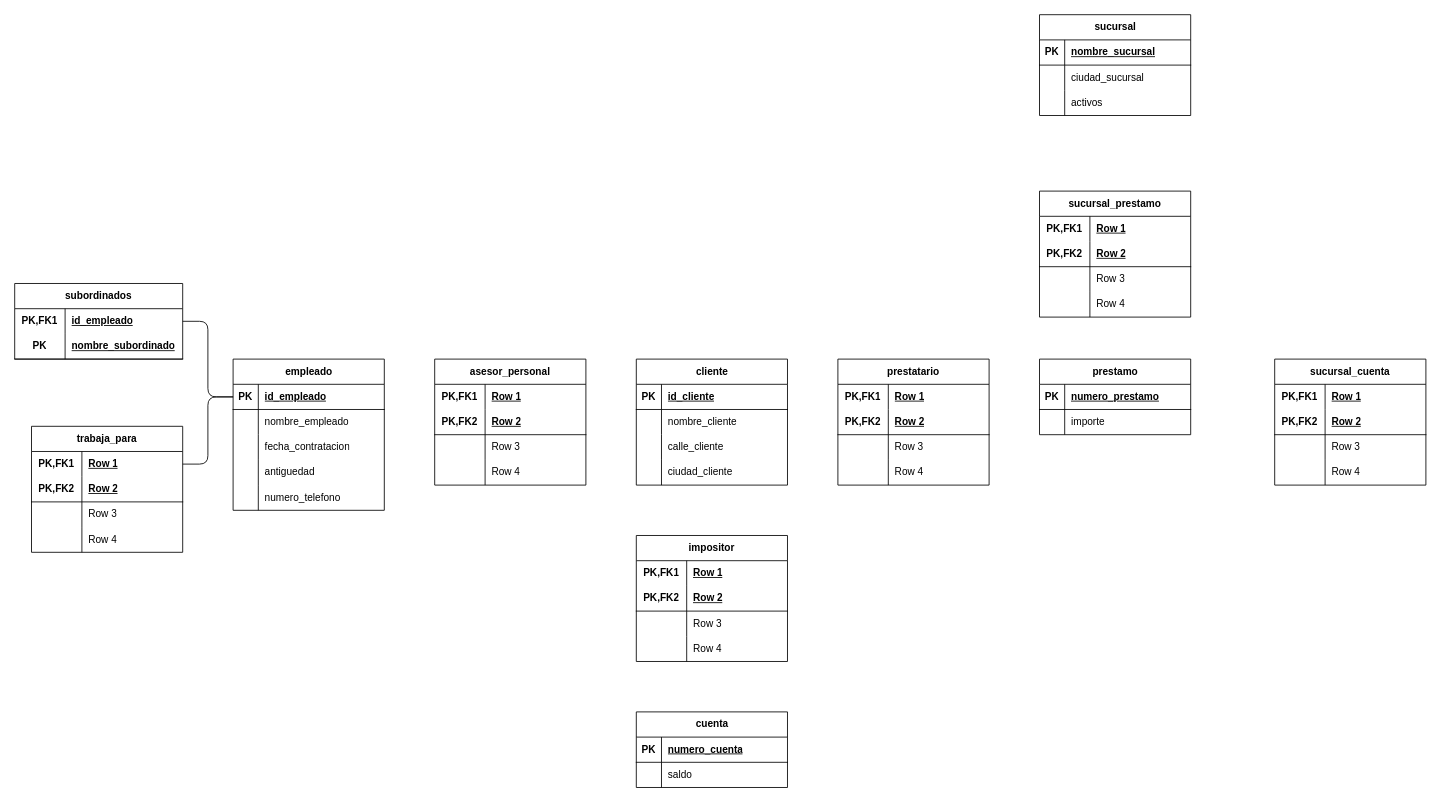
This is Activity-Relational-Diagram.drawio from xmr-p/DatabaseCharts, a draw.io file, before an edit. Source tidied: cells renumbered, new cells numbered last; positions are measured from the earlier drawing's top-left corner, leaving out a move shared by most shapes. Both pictures are drawn from the tidied source at 84%, with x=0, y=0 at pixel (14, 14).
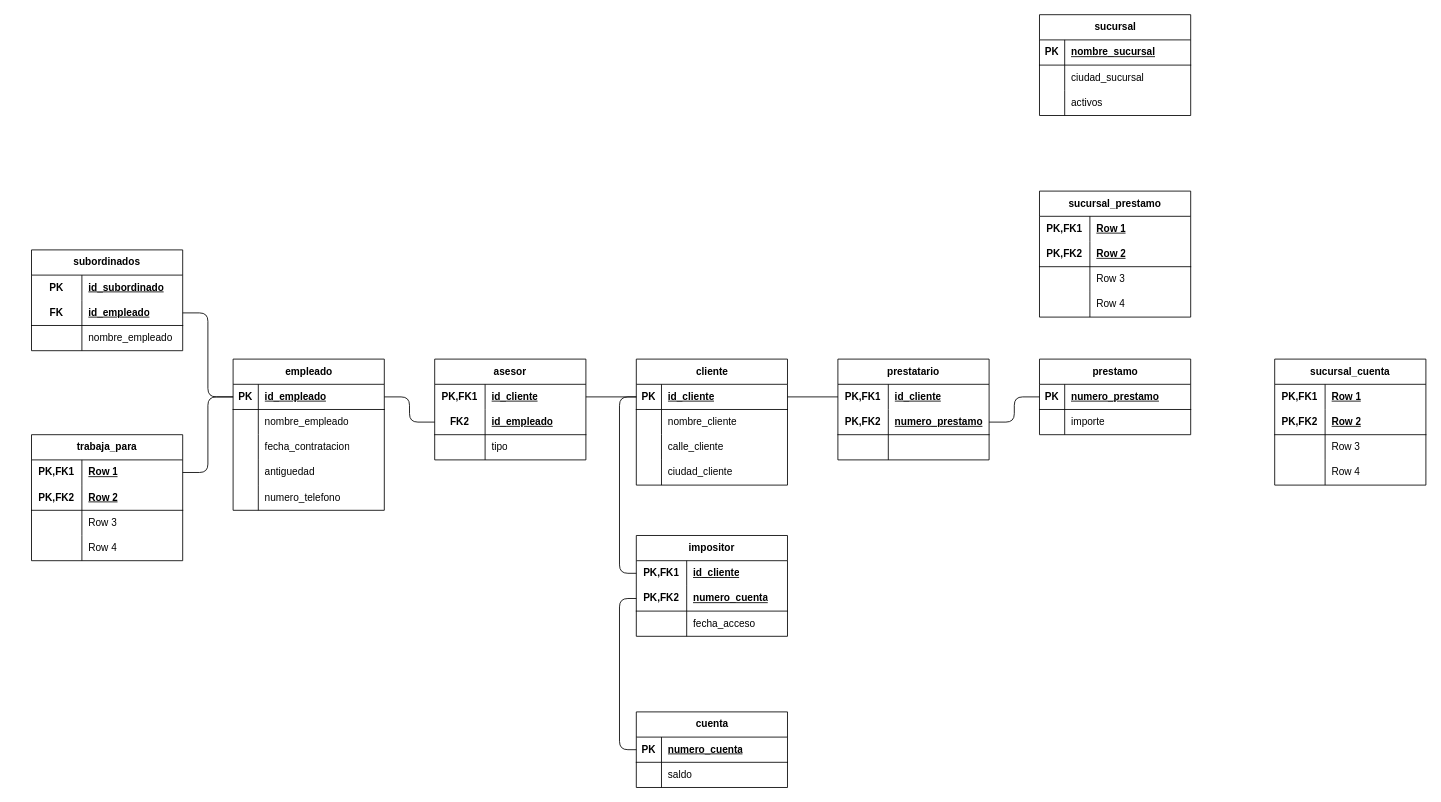
The same page after the edit.

Unchanged cells that the change refers to:
```xml
<mxCell id="3" style="shape=tableRow;horizontal=0;startSize=0;swimlaneHead=0;swimlaneBody=0;fillColor=none;points=[[0,0.5],[1,0.5]];portConstraint=eastwest;top=0;left=0;right=0;bottom=1;" parent="2" vertex="1">
  <mxGeometry y="30" width="180" height="30" as="geometry" />
</mxCell>
<mxCell id="16" style="shape=tableRow;horizontal=0;startSize=0;swimlaneHead=0;swimlaneBody=0;fillColor=none;points=[[0,0.5],[1,0.5]];portConstraint=eastwest;top=0;left=0;right=0;bottom=1;" parent="15" vertex="1">
  <mxGeometry y="30" width="180" height="30" as="geometry" />
</mxCell>
<mxCell id="23" style="shape=tableRow;horizontal=0;startSize=0;swimlaneHead=0;swimlaneBody=0;fillColor=none;points=[[0,0.5],[1,0.5]];portConstraint=eastwest;top=0;left=0;right=0;bottom=0;html=1;" parent="22" vertex="1">
  <mxGeometry y="30" width="180" height="30" as="geometry" />
</mxCell>
<mxCell id="26" style="shape=tableRow;horizontal=0;startSize=0;swimlaneHead=0;swimlaneBody=0;fillColor=none;points=[[0,0.5],[1,0.5]];portConstraint=eastwest;top=0;left=0;right=0;bottom=1;html=1;" parent="22" vertex="1">
  <mxGeometry y="60" width="180" height="30" as="geometry" />
</mxCell>
<mxCell id="29" style="shape=tableRow;horizontal=0;startSize=0;swimlaneHead=0;swimlaneBody=0;fillColor=none;top=0;left=0;right=0;bottom=0;html=1;" parent="22" vertex="1">
  <mxGeometry y="90" width="180" height="30" as="geometry" />
</mxCell>
<mxCell id="36" style="shape=tableRow;horizontal=0;startSize=0;swimlaneHead=0;swimlaneBody=0;fillColor=none;points=[[0,0.5],[1,0.5]];portConstraint=eastwest;top=0;left=0;right=0;bottom=0;html=1;" parent="35" vertex="1">
  <mxGeometry y="30" width="180" height="30" as="geometry" />
</mxCell>
<mxCell id="39" style="shape=tableRow;horizontal=0;startSize=0;swimlaneHead=0;swimlaneBody=0;fillColor=none;points=[[0,0.5],[1,0.5]];portConstraint=eastwest;top=0;left=0;right=0;bottom=1;html=1;" parent="35" vertex="1">
  <mxGeometry y="60" width="180" height="30" as="geometry" />
</mxCell>
<mxCell id="42" style="shape=tableRow;horizontal=0;startSize=0;swimlaneHead=0;swimlaneBody=0;fillColor=none;top=0;left=0;right=0;bottom=0;html=1;" parent="35" vertex="1">
  <mxGeometry y="90" width="180" height="30" as="geometry" />
</mxCell>
<mxCell id="49" style="shape=tableRow;horizontal=0;startSize=0;swimlaneHead=0;swimlaneBody=0;fillColor=none;points=[[0,0.5],[1,0.5]];portConstraint=eastwest;top=0;left=0;right=0;bottom=1;" parent="48" vertex="1">
  <mxGeometry y="30" width="180" height="30" as="geometry" />
</mxCell>
<mxCell id="65" style="shape=tableRow;horizontal=0;startSize=0;swimlaneHead=0;swimlaneBody=0;fillColor=none;points=[[0,0.5],[1,0.5]];portConstraint=eastwest;top=0;left=0;right=0;bottom=0;html=1;" parent="64" vertex="1">
  <mxGeometry y="30" width="180" height="30" as="geometry" />
</mxCell>
<mxCell id="68" style="shape=tableRow;horizontal=0;startSize=0;swimlaneHead=0;swimlaneBody=0;fillColor=none;points=[[0,0.5],[1,0.5]];portConstraint=eastwest;top=0;left=0;right=0;bottom=1;html=1;" parent="64" vertex="1">
  <mxGeometry y="60" width="180" height="30" as="geometry" />
</mxCell>
<mxCell id="71" style="shape=tableRow;horizontal=0;startSize=0;swimlaneHead=0;swimlaneBody=0;fillColor=none;top=0;left=0;right=0;bottom=0;html=1;" parent="64" vertex="1">
  <mxGeometry y="90" width="180" height="30" as="geometry" />
</mxCell>
<mxCell id="78" style="shape=tableRow;horizontal=0;startSize=0;swimlaneHead=0;swimlaneBody=0;fillColor=none;points=[[0,0.5],[1,0.5]];portConstraint=eastwest;top=0;left=0;right=0;bottom=1;" parent="77" vertex="1">
  <mxGeometry y="30" width="180" height="30" as="geometry" />
</mxCell>
<mxCell id="129" style="shape=tableRow;horizontal=0;startSize=0;swimlaneHead=0;swimlaneBody=0;fillColor=none;points=[[0,0.5],[1,0.5]];portConstraint=eastwest;top=0;left=0;right=0;bottom=0;html=1;" parent="128" vertex="1">
  <mxGeometry y="30" width="180" height="30" as="geometry" />
</mxCell>
```

What changed in the source:
```diff
@@
     <mxCell id="22" value="prestatario" style="shape=table;startSize=30;childLayout=tableLayout;rowLines=0;fontStyle=1;align=center;html=1;whiteSpace=wrap;" parent="1" vertex="1">
-      <mxGeometry x="980" y="410" width="180" height="150" as="geometry" />
+      <mxGeometry x="980" y="410" width="180" height="120" as="geometry" />
     </mxCell>
@@
-    <mxCell id="25" value="Row 1" style="shape=partialRectangle;fillColor=none;top=0;left=0;bottom=0;right=0;align=left;spacingLeft=6;fontStyle=5;overflow=hidden;html=1;whiteSpace=wrap;" parent="23" vertex="1">
+    <mxCell id="25" value="id_cliente" style="shape=partialRectangle;fillColor=none;top=0;left=0;bottom=0;right=0;align=left;spacingLeft=6;fontStyle=5;overflow=hidden;html=1;whiteSpace=wrap;" parent="23" vertex="1">
       <mxGeometry x="60" width="120" height="30" as="geometry" />
     </mxCell>
@@
-    <mxCell id="28" value="Row 2" style="shape=partialRectangle;fillColor=none;top=0;left=0;bottom=0;right=0;align=left;spacingLeft=6;fontStyle=5;overflow=hidden;html=1;whiteSpace=wrap;" parent="26" vertex="1">
+    <mxCell id="28" value="numero_prestamo" style="shape=partialRectangle;fillColor=none;top=0;left=0;bottom=0;right=0;align=left;spacingLeft=6;fontStyle=5;overflow=hidden;html=1;whiteSpace=wrap;" parent="26" vertex="1">
       <mxGeometry x="60" width="120" height="30" as="geometry" />
     </mxCell>
@@
-    <mxCell id="31" value="Row 3" style="shape=partialRectangle;fillColor=none;top=0;left=0;bottom=0;right=0;align=left;spacingLeft=6;overflow=hidden;html=1;whiteSpace=wrap;" parent="29" vertex="1">
+    <mxCell id="31" style="shape=partialRectangle;fillColor=none;top=0;left=0;bottom=0;right=0;align=left;spacingLeft=6;overflow=hidden;html=1;whiteSpace=wrap;" parent="29" vertex="1">
       <mxGeometry x="60" width="120" height="30" as="geometry" />
     </mxCell>
-    <mxCell id="32" style="shape=tableRow;horizontal=0;startSize=0;swimlaneHead=0;swimlaneBody=0;fillColor=none;top=0;left=0;right=0;bottom=0;html=1;" parent="22" vertex="1">
-      <mxGeometry y="120" width="180" height="30" as="geometry" />
-    </mxCell>
-    <mxCell id="33" style="shape=partialRectangle;fillColor=none;top=0;left=0;bottom=0;right=0;overflow=hidden;html=1;whiteSpace=wrap;" parent="32" vertex="1">
-      <mxGeometry width="60" height="30" as="geometry" />
-    </mxCell>
-    <mxCell id="34" value="Row 4" style="shape=partialRectangle;fillColor=none;top=0;left=0;bottom=0;right=0;align=left;spacingLeft=6;overflow=hidden;html=1;whiteSpace=wrap;" parent="32" vertex="1">
-      <mxGeometry x="60" width="120" height="30" as="geometry" />
-    </mxCell>
-    <mxCell id="35" value="asesor_personal" style="shape=table;startSize=30;childLayout=tableLayout;rowLines=0;fontStyle=1;align=center;html=1;whiteSpace=wrap;" parent="1" vertex="1">
-      <mxGeometry x="500" y="410" width="180" height="150" as="geometry" />
+    <mxCell id="35" value="asesor" style="shape=table;startSize=30;childLayout=tableLayout;rowLines=0;fontStyle=1;align=center;html=1;whiteSpace=wrap;" parent="1" vertex="1">
+      <mxGeometry x="500" y="410" width="180" height="120" as="geometry" />
     </mxCell>
@@
-    <mxCell id="38" value="Row 1" style="shape=partialRectangle;fillColor=none;top=0;left=0;bottom=0;right=0;align=left;spacingLeft=6;fontStyle=5;overflow=hidden;html=1;whiteSpace=wrap;" parent="36" vertex="1">
+    <mxCell id="38" value="id_cliente" style="shape=partialRectangle;fillColor=none;top=0;left=0;bottom=0;right=0;align=left;spacingLeft=6;fontStyle=5;overflow=hidden;html=1;whiteSpace=wrap;" parent="36" vertex="1">
       <mxGeometry x="60" width="120" height="30" as="geometry" />
     </mxCell>
@@
-    <mxCell id="40" value="PK,FK2" style="shape=partialRectangle;fillColor=none;top=0;left=0;bottom=0;right=0;fontStyle=1;overflow=hidden;html=1;whiteSpace=wrap;" parent="39" vertex="1">
+    <mxCell id="40" value="FK2" style="shape=partialRectangle;fillColor=none;top=0;left=0;bottom=0;right=0;fontStyle=1;overflow=hidden;html=1;whiteSpace=wrap;" parent="39" vertex="1">
       <mxGeometry width="60" height="30" as="geometry" />
     </mxCell>
-    <mxCell id="41" value="Row 2" style="shape=partialRectangle;fillColor=none;top=0;left=0;bottom=0;right=0;align=left;spacingLeft=6;fontStyle=5;overflow=hidden;html=1;whiteSpace=wrap;" parent="39" vertex="1">
+    <mxCell id="41" value="id_empleado" style="shape=partialRectangle;fillColor=none;top=0;left=0;bottom=0;right=0;align=left;spacingLeft=6;fontStyle=5;overflow=hidden;html=1;whiteSpace=wrap;" parent="39" vertex="1">
       <mxGeometry x="60" width="120" height="30" as="geometry" />
     </mxCell>
@@
-    <mxCell id="44" value="Row 3" style="shape=partialRectangle;fillColor=none;top=0;left=0;bottom=0;right=0;align=left;spacingLeft=6;overflow=hidden;html=1;whiteSpace=wrap;" parent="42" vertex="1">
+    <mxCell id="44" value="tipo" style="shape=partialRectangle;fillColor=none;top=0;left=0;bottom=0;right=0;align=left;spacingLeft=6;overflow=hidden;html=1;whiteSpace=wrap;" parent="42" vertex="1">
       <mxGeometry x="60" width="120" height="30" as="geometry" />
     </mxCell>
-    <mxCell id="45" style="shape=tableRow;horizontal=0;startSize=0;swimlaneHead=0;swimlaneBody=0;fillColor=none;top=0;left=0;right=0;bottom=0;html=1;" parent="35" vertex="1">
-      <mxGeometry y="120" width="180" height="30" as="geometry" />
-    </mxCell>
-    <mxCell id="46" style="shape=partialRectangle;fillColor=none;top=0;left=0;bottom=0;right=0;overflow=hidden;html=1;whiteSpace=wrap;" parent="45" vertex="1">
-      <mxGeometry width="60" height="30" as="geometry" />
-    </mxCell>
-    <mxCell id="47" value="Row 4" style="shape=partialRectangle;fillColor=none;top=0;left=0;bottom=0;right=0;align=left;spacingLeft=6;overflow=hidden;html=1;whiteSpace=wrap;" parent="45" vertex="1">
-      <mxGeometry x="60" width="120" height="30" as="geometry" />
-    </mxCell>
@@
     <mxCell id="64" value="impositor" style="shape=table;startSize=30;childLayout=tableLayout;rowLines=0;fontStyle=1;align=center;html=1;whiteSpace=wrap;" parent="1" vertex="1">
-      <mxGeometry x="740" y="620" width="180" height="150" as="geometry" />
+      <mxGeometry x="740" y="620" width="180" height="120" as="geometry" />
     </mxCell>
@@
-    <mxCell id="67" value="Row 1" style="shape=partialRectangle;fillColor=none;top=0;left=0;bottom=0;right=0;align=left;spacingLeft=6;fontStyle=5;overflow=hidden;html=1;whiteSpace=wrap;" parent="65" vertex="1">
+    <mxCell id="67" value="id_cliente" style="shape=partialRectangle;fillColor=none;top=0;left=0;bottom=0;right=0;align=left;spacingLeft=6;fontStyle=5;overflow=hidden;html=1;whiteSpace=wrap;" parent="65" vertex="1">
       <mxGeometry x="60" width="120" height="30" as="geometry" />
     </mxCell>
@@
-    <mxCell id="70" value="Row 2" style="shape=partialRectangle;fillColor=none;top=0;left=0;bottom=0;right=0;align=left;spacingLeft=6;fontStyle=5;overflow=hidden;html=1;whiteSpace=wrap;" parent="68" vertex="1">
+    <mxCell id="70" value="numero_cuenta" style="shape=partialRectangle;fillColor=none;top=0;left=0;bottom=0;right=0;align=left;spacingLeft=6;fontStyle=5;overflow=hidden;html=1;whiteSpace=wrap;" parent="68" vertex="1">
       <mxGeometry x="60" width="120" height="30" as="geometry" />
     </mxCell>
@@
-    <mxCell id="73" value="Row 3" style="shape=partialRectangle;fillColor=none;top=0;left=0;bottom=0;right=0;align=left;spacingLeft=6;overflow=hidden;html=1;whiteSpace=wrap;" parent="71" vertex="1">
+    <mxCell id="73" value="fecha_acceso" style="shape=partialRectangle;fillColor=none;top=0;left=0;bottom=0;right=0;align=left;spacingLeft=6;overflow=hidden;html=1;whiteSpace=wrap;" parent="71" vertex="1">
       <mxGeometry x="60" width="120" height="30" as="geometry" />
     </mxCell>
-    <mxCell id="74" style="shape=tableRow;horizontal=0;startSize=0;swimlaneHead=0;swimlaneBody=0;fillColor=none;top=0;left=0;right=0;bottom=0;html=1;" parent="64" vertex="1">
-      <mxGeometry y="120" width="180" height="30" as="geometry" />
-    </mxCell>
-    <mxCell id="75" style="shape=partialRectangle;fillColor=none;top=0;left=0;bottom=0;right=0;overflow=hidden;html=1;whiteSpace=wrap;" parent="74" vertex="1">
-      <mxGeometry width="60" height="30" as="geometry" />
-    </mxCell>
-    <mxCell id="76" value="Row 4" style="shape=partialRectangle;fillColor=none;top=0;left=0;bottom=0;right=0;align=left;spacingLeft=6;overflow=hidden;html=1;whiteSpace=wrap;" parent="74" vertex="1">
-      <mxGeometry x="60" width="120" height="30" as="geometry" />
-    </mxCell>
@@
-    <mxCell id="120" value="subordinados" style="shape=table;startSize=30;childLayout=tableLayout;rowLines=0;fontStyle=1;align=center;html=1;whiteSpace=wrap;" parent="1" vertex="1">
-      <mxGeometry y="320" width="200" height="90" as="geometry" />
-    </mxCell>
-    <mxCell id="121" style="shape=tableRow;horizontal=0;startSize=0;swimlaneHead=0;swimlaneBody=0;fillColor=none;points=[[0,0.5],[1,0.5]];portConstraint=eastwest;top=0;left=0;right=0;bottom=0;html=1;" parent="120" vertex="1">
-      <mxGeometry y="30" width="200" height="30" as="geometry" />
-    </mxCell>
-    <mxCell id="122" value="PK,FK1" style="shape=partialRectangle;fillColor=none;top=0;left=0;bottom=0;right=0;fontStyle=1;overflow=hidden;html=1;whiteSpace=wrap;" parent="121" vertex="1">
-      <mxGeometry width="60" height="30" as="geometry" />
-    </mxCell>
-    <mxCell id="123" value="id_empleado" style="shape=partialRectangle;fillColor=none;top=0;left=0;bottom=0;right=0;align=left;spacingLeft=6;fontStyle=5;overflow=hidden;html=1;whiteSpace=wrap;" parent="121" vertex="1">
-      <mxGeometry x="60" width="140" height="30" as="geometry" />
-    </mxCell>
-    <mxCell id="124" style="shape=tableRow;horizontal=0;startSize=0;swimlaneHead=0;swimlaneBody=0;fillColor=none;top=0;left=0;right=0;bottom=1;html=1;" parent="120" vertex="1">
-      <mxGeometry y="60" width="200" height="30" as="geometry" />
-    </mxCell>
-    <mxCell id="125" value="PK" style="shape=partialRectangle;fillColor=none;top=0;left=0;bottom=0;right=0;fontStyle=1;overflow=hidden;html=1;whiteSpace=wrap;" parent="124" vertex="1">
-      <mxGeometry width="60" height="30" as="geometry" />
-    </mxCell>
-    <mxCell id="126" value="nombre_subordinado" style="shape=partialRectangle;fillColor=none;top=0;left=0;bottom=0;right=0;align=left;spacingLeft=6;fontStyle=5;overflow=hidden;html=1;whiteSpace=wrap;" parent="124" vertex="1">
-      <mxGeometry x="60" width="140" height="30" as="geometry" />
-    </mxCell>
-    <mxCell id="127" style="edgeStyle=orthogonalEdgeStyle;rounded=1;jettySize=auto;html=1;exitX=1;exitY=0.5;exitDx=0;exitDy=0;entryX=0;entryY=0.5;entryDx=0;entryDy=0;curved=0;endArrow=none;endFill=0;" parent="1" edge="1" source="121" target="49">
+    <mxCell id="127" style="edgeStyle=orthogonalEdgeStyle;rounded=1;jettySize=auto;html=1;exitX=1;exitY=0.5;exitDx=0;exitDy=0;entryX=0;entryY=0.5;entryDx=0;entryDy=0;curved=0;endArrow=none;endFill=0;" parent="1" edge="1" source="144" target="49">
       <mxGeometry relative="1" as="geometry" />
     </mxCell>
     <mxCell id="128" value="trabaja_para" style="shape=table;startSize=30;childLayout=tableLayout;rowLines=0;fontStyle=1;align=center;html=1;whiteSpace=wrap;" parent="1" vertex="1">
-      <mxGeometry x="20" y="490" width="180" height="150" as="geometry" />
+      <mxGeometry x="20" y="500" width="180" height="150" as="geometry" />
     </mxCell>
@@
     <mxCell id="141" style="edgeStyle=orthogonalEdgeStyle;rounded=1;jettySize=auto;html=1;exitX=1;exitY=0.5;exitDx=0;exitDy=0;entryX=0;entryY=0.5;entryDx=0;entryDy=0;curved=0;endArrow=none;endFill=0;" parent="1" edge="1" source="129" target="49">
-      <mxGeometry relative="1" as="geometry" />
+      <mxGeometry relative="1" as="geometry">
+        <Array as="points">
+          <mxPoint x="230" y="545" />
+          <mxPoint x="230" y="455" />
+        </Array>
+      </mxGeometry>
     </mxCell>
+    <mxCell id="120" value="subordinados" style="shape=table;startSize=30;childLayout=tableLayout;rowLines=0;fontStyle=1;align=center;html=1;whiteSpace=wrap;strokeColor=default;verticalAlign=middle;fontFamily=Helvetica;fontSize=12;fontColor=default;fillColor=none;" parent="1" vertex="1">
+      <mxGeometry x="20" y="280" width="180" height="120" as="geometry" />
+    </mxCell>
+    <mxCell id="142" style="shape=tableRow;horizontal=0;startSize=0;swimlaneHead=0;swimlaneBody=0;fillColor=none;top=0;left=0;right=0;bottom=0;html=1;strokeColor=default;align=center;verticalAlign=middle;fontFamily=Helvetica;fontSize=12;fontColor=default;" parent="120" vertex="1">
+      <mxGeometry y="30" width="180" height="30" as="geometry" />
+    </mxCell>
+    <mxCell id="125" value="PK" style="shape=partialRectangle;fillColor=none;top=0;left=0;bottom=0;right=0;fontStyle=1;overflow=hidden;html=1;whiteSpace=wrap;strokeColor=default;align=center;verticalAlign=middle;fontFamily=Helvetica;fontSize=12;fontColor=default;" parent="142" vertex="1">
+      <mxGeometry width="60" height="30" as="geometry" />
+    </mxCell>
+    <mxCell id="143" value="id_subordinado" style="shape=partialRectangle;fillColor=none;top=0;left=0;bottom=0;right=0;align=left;spacingLeft=6;fontStyle=5;overflow=hidden;html=1;whiteSpace=wrap;strokeColor=default;verticalAlign=middle;fontFamily=Helvetica;fontSize=12;fontColor=default;" parent="142" vertex="1">
+      <mxGeometry x="60" width="120" height="30" as="geometry" />
+    </mxCell>
+    <mxCell id="144" style="shape=tableRow;horizontal=0;startSize=0;swimlaneHead=0;swimlaneBody=0;fillColor=none;points=[[0,0.5],[1,0.5]];portConstraint=eastwest;top=0;left=0;right=0;bottom=1;html=1;strokeColor=default;align=center;verticalAlign=middle;fontFamily=Helvetica;fontSize=12;fontColor=default;" parent="120" vertex="1">
+      <mxGeometry y="60" width="180" height="30" as="geometry" />
+    </mxCell>
+    <mxCell id="145" value="FK" style="shape=partialRectangle;fillColor=none;top=0;left=0;bottom=0;right=0;fontStyle=1;overflow=hidden;html=1;whiteSpace=wrap;strokeColor=default;align=center;verticalAlign=middle;fontFamily=Helvetica;fontSize=12;fontColor=default;" parent="144" vertex="1">
+      <mxGeometry width="60" height="30" as="geometry" />
+    </mxCell>
+    <mxCell id="123" value="id_empleado" style="shape=partialRectangle;fillColor=none;top=0;left=0;bottom=0;right=0;align=left;spacingLeft=6;fontStyle=5;overflow=hidden;html=1;whiteSpace=wrap;strokeColor=default;verticalAlign=middle;fontFamily=Helvetica;fontSize=12;fontColor=default;" parent="144" vertex="1">
+      <mxGeometry x="60" width="120" height="30" as="geometry" />
+    </mxCell>
+    <mxCell id="146" style="shape=tableRow;horizontal=0;startSize=0;swimlaneHead=0;swimlaneBody=0;fillColor=none;top=0;left=0;right=0;bottom=0;html=1;strokeColor=default;align=center;verticalAlign=middle;fontFamily=Helvetica;fontSize=12;fontColor=default;" parent="120" vertex="1">
+      <mxGeometry y="90" width="180" height="30" as="geometry" />
+    </mxCell>
+    <mxCell id="147" style="shape=partialRectangle;fillColor=none;top=0;left=0;bottom=0;right=0;overflow=hidden;html=1;whiteSpace=wrap;strokeColor=default;align=center;verticalAlign=middle;fontFamily=Helvetica;fontSize=12;fontColor=default;" parent="146" vertex="1">
+      <mxGeometry width="60" height="30" as="geometry" />
+    </mxCell>
+    <mxCell id="148" value="nombre_empleado" style="shape=partialRectangle;fillColor=none;top=0;left=0;bottom=0;right=0;align=left;spacingLeft=6;overflow=hidden;html=1;whiteSpace=wrap;strokeColor=default;verticalAlign=middle;fontFamily=Helvetica;fontSize=12;fontColor=default;" parent="146" vertex="1">
+      <mxGeometry x="60" width="120" height="30" as="geometry" />
+    </mxCell>
+    <mxCell id="149" style="edgeStyle=orthogonalEdgeStyle;rounded=1;jettySize=auto;html=1;exitX=1;exitY=0.5;exitDx=0;exitDy=0;entryX=0;entryY=0.5;entryDx=0;entryDy=0;fontFamily=Helvetica;fontSize=12;fontColor=default;curved=0;endArrow=none;endFill=0;" parent="1" edge="1" source="49" target="39">
+      <mxGeometry relative="1" as="geometry" />
+    </mxCell>
+    <mxCell id="150" style="edgeStyle=orthogonalEdgeStyle;rounded=1;jettySize=auto;html=1;exitX=1;exitY=0.5;exitDx=0;exitDy=0;entryX=0;entryY=0.5;entryDx=0;entryDy=0;fontFamily=Helvetica;fontSize=12;fontColor=default;curved=0;endArrow=none;endFill=0;" parent="1" edge="1" source="36" target="3">
+      <mxGeometry relative="1" as="geometry" />
+    </mxCell>
+    <mxCell id="151" style="edgeStyle=orthogonalEdgeStyle;rounded=1;jettySize=auto;html=1;exitX=0;exitY=0.5;exitDx=0;exitDy=0;entryX=0;entryY=0.5;entryDx=0;entryDy=0;fontFamily=Helvetica;fontSize=12;fontColor=default;curved=0;endArrow=none;endFill=0;" parent="1" edge="1" source="3" target="65">
+      <mxGeometry relative="1" as="geometry" />
+    </mxCell>
+    <mxCell id="152" style="edgeStyle=orthogonalEdgeStyle;rounded=1;jettySize=auto;html=1;exitX=0;exitY=0.5;exitDx=0;exitDy=0;entryX=0;entryY=0.5;entryDx=0;entryDy=0;fontFamily=Helvetica;fontSize=12;fontColor=default;curved=0;endArrow=none;endFill=0;" parent="1" edge="1" source="68" target="78">
+      <mxGeometry relative="1" as="geometry" />
+    </mxCell>
+    <mxCell id="153" style="edgeStyle=orthogonalEdgeStyle;rounded=1;jettySize=auto;html=1;exitX=1;exitY=0.5;exitDx=0;exitDy=0;entryX=0;entryY=0.5;entryDx=0;entryDy=0;fontFamily=Helvetica;fontSize=12;fontColor=default;curved=0;endArrow=none;endFill=0;" parent="1" edge="1" source="3" target="23">
+      <mxGeometry relative="1" as="geometry" />
+    </mxCell>
+    <mxCell id="154" style="edgeStyle=orthogonalEdgeStyle;rounded=1;jettySize=auto;html=1;exitX=1;exitY=0.5;exitDx=0;exitDy=0;entryX=0;entryY=0.5;entryDx=0;entryDy=0;fontFamily=Helvetica;fontSize=12;fontColor=default;curved=0;endArrow=none;endFill=0;" parent="1" edge="1" source="26" target="16">
+      <mxGeometry relative="1" as="geometry" />
+    </mxCell>
```
